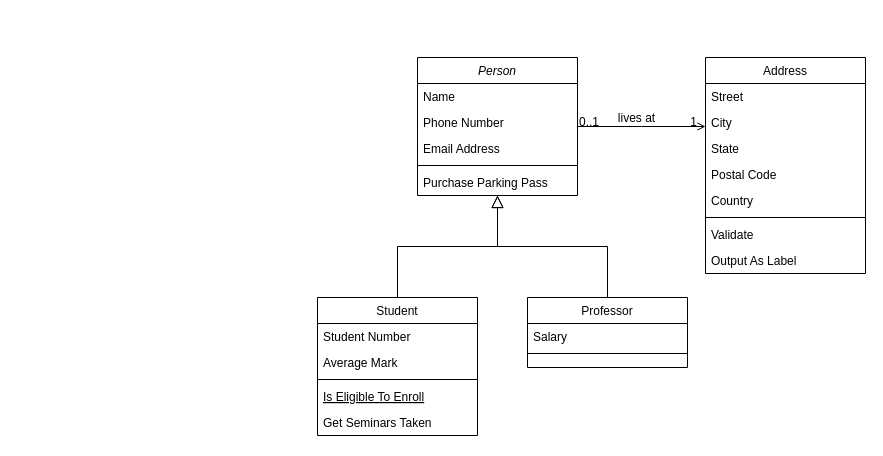
Earlier version of the draw.io diagram Untitled Diagram.drawio (rullox/homework). Source tidied: cells renumbered, new cells numbered last; positions are measured from the earlier drawing's top-left corner, leaving out a move shared by most shapes. Both pictures are drawn from the tidied source at 100%, with x=0, y=0 at pixel (317, 57).
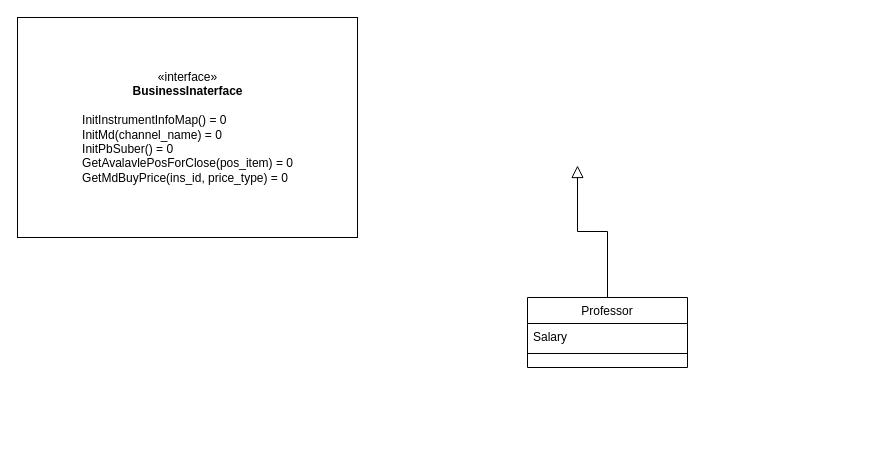
After the change.

Unchanged cells that the change refers to:
```xml
<mxCell id="15" value="Professor" style="swimlane;fontStyle=0;align=center;verticalAlign=top;horizontal=1;startSize=26;rounded=0;shadow=0;strokeWidth=1;" parent="1" vertex="1">
  <mxGeometry x="210" y="240" width="160" height="70" as="geometry" />
</mxCell>
```

Diff of the diagram source:
```diff
@@
-    <mxCell id="2" value="Person" style="swimlane;fontStyle=2;align=center;verticalAlign=top;horizontal=1;startSize=26;rounded=0;shadow=0;strokeWidth=1;" parent="1" vertex="1">
-      <mxGeometry x="100" width="160" height="138" as="geometry" />
-    </mxCell>
-    <mxCell id="3" value="Name" style="text;align=left;verticalAlign=top;spacingLeft=4;spacingRight=4;overflow=hidden;" parent="2" vertex="1">
-      <mxGeometry y="26" width="160" height="26" as="geometry" />
-    </mxCell>
-    <mxCell id="4" value="Phone Number" style="text;align=left;verticalAlign=top;spacingLeft=4;spacingRight=4;overflow=hidden;rounded=0;shadow=0;html=0;" parent="2" vertex="1">
-      <mxGeometry y="52" width="160" height="26" as="geometry" />
-    </mxCell>
-    <mxCell id="5" value="Email Address" style="text;align=left;verticalAlign=top;spacingLeft=4;spacingRight=4;overflow=hidden;rounded=0;shadow=0;html=0;" parent="2" vertex="1">
-      <mxGeometry y="78" width="160" height="26" as="geometry" />
-    </mxCell>
-    <mxCell id="6" style="line;html=1;strokeWidth=1;align=left;verticalAlign=middle;spacingTop=-1;spacingLeft=3;spacingRight=3;labelPosition=right;" parent="2" vertex="1">
-      <mxGeometry y="104" width="160" height="8" as="geometry" />
-    </mxCell>
-    <mxCell id="7" value="Purchase Parking Pass" style="text;align=left;verticalAlign=top;spacingLeft=4;spacingRight=4;overflow=hidden;" parent="2" vertex="1">
-      <mxGeometry y="112" width="160" height="26" as="geometry" />
-    </mxCell>
-    <mxCell id="8" value="Student" style="swimlane;fontStyle=0;align=center;verticalAlign=top;horizontal=1;startSize=26;rounded=0;shadow=0;strokeWidth=1;" parent="1" vertex="1">
-      <mxGeometry y="240" width="160" height="138" as="geometry" />
-    </mxCell>
-    <mxCell id="9" value="Student Number" style="text;align=left;verticalAlign=top;spacingLeft=4;spacingRight=4;overflow=hidden;" parent="8" vertex="1">
-      <mxGeometry y="26" width="160" height="26" as="geometry" />
-    </mxCell>
-    <mxCell id="10" value="Average Mark" style="text;align=left;verticalAlign=top;spacingLeft=4;spacingRight=4;overflow=hidden;rounded=0;shadow=0;html=0;" parent="8" vertex="1">
-      <mxGeometry y="52" width="160" height="26" as="geometry" />
-    </mxCell>
-    <mxCell id="11" style="line;html=1;strokeWidth=1;align=left;verticalAlign=middle;spacingTop=-1;spacingLeft=3;spacingRight=3;labelPosition=right;" parent="8" vertex="1">
-      <mxGeometry y="78" width="160" height="8" as="geometry" />
-    </mxCell>
-    <mxCell id="12" value="Is Eligible To Enroll" style="text;align=left;verticalAlign=top;spacingLeft=4;spacingRight=4;overflow=hidden;fontStyle=4;" parent="8" vertex="1">
-      <mxGeometry y="86" width="160" height="26" as="geometry" />
-    </mxCell>
-    <mxCell id="13" value="Get Seminars Taken" style="text;align=left;verticalAlign=top;spacingLeft=4;spacingRight=4;overflow=hidden;" parent="8" vertex="1">
-      <mxGeometry y="112" width="160" height="26" as="geometry" />
-    </mxCell>
-    <mxCell id="14" style="endArrow=block;endSize=10;endFill=0;shadow=0;strokeWidth=1;rounded=0;edgeStyle=elbowEdgeStyle;elbow=vertical;" parent="1" edge="1" source="8" target="2">
-      <mxGeometry relative="1" as="geometry" />
-    </mxCell>
@@
-    <mxCell id="18" style="endArrow=block;endSize=10;endFill=0;shadow=0;strokeWidth=1;rounded=0;edgeStyle=elbowEdgeStyle;elbow=vertical;" parent="1" edge="1" source="15" target="2">
-      <mxGeometry relative="1" as="geometry" />
+    <mxCell id="18" style="endArrow=block;endSize=10;endFill=0;shadow=0;strokeWidth=1;rounded=0;edgeStyle=elbowEdgeStyle;elbow=vertical;" parent="1" edge="1" source="15">
+      <mxGeometry relative="1" as="geometry">
+        <mxPoint x="260" y="108" as="targetPoint" />
+      </mxGeometry>
     </mxCell>
-    <mxCell id="19" value="Address" style="swimlane;fontStyle=0;align=center;verticalAlign=top;horizontal=1;startSize=26;rounded=0;shadow=0;strokeWidth=1;" parent="1" vertex="1">
-      <mxGeometry x="388" width="160" height="216" as="geometry" />
-    </mxCell>
-    <mxCell id="20" value="Street" style="text;align=left;verticalAlign=top;spacingLeft=4;spacingRight=4;overflow=hidden;" parent="19" vertex="1">
-      <mxGeometry y="26" width="160" height="26" as="geometry" />
-    </mxCell>
-    <mxCell id="21" value="City" style="text;align=left;verticalAlign=top;spacingLeft=4;spacingRight=4;overflow=hidden;rounded=0;shadow=0;html=0;" parent="19" vertex="1">
-      <mxGeometry y="52" width="160" height="26" as="geometry" />
-    </mxCell>
-    <mxCell id="22" value="State" style="text;align=left;verticalAlign=top;spacingLeft=4;spacingRight=4;overflow=hidden;rounded=0;shadow=0;html=0;" parent="19" vertex="1">
-      <mxGeometry y="78" width="160" height="26" as="geometry" />
-    </mxCell>
-    <mxCell id="23" value="Postal Code" style="text;align=left;verticalAlign=top;spacingLeft=4;spacingRight=4;overflow=hidden;rounded=0;shadow=0;html=0;" parent="19" vertex="1">
-      <mxGeometry y="104" width="160" height="26" as="geometry" />
-    </mxCell>
-    <mxCell id="24" value="Country" style="text;align=left;verticalAlign=top;spacingLeft=4;spacingRight=4;overflow=hidden;rounded=0;shadow=0;html=0;" parent="19" vertex="1">
-      <mxGeometry y="130" width="160" height="26" as="geometry" />
-    </mxCell>
-    <mxCell id="25" style="line;html=1;strokeWidth=1;align=left;verticalAlign=middle;spacingTop=-1;spacingLeft=3;spacingRight=3;labelPosition=right;" parent="19" vertex="1">
-      <mxGeometry y="156" width="160" height="8" as="geometry" />
-    </mxCell>
-    <mxCell id="26" value="Validate" style="text;align=left;verticalAlign=top;spacingLeft=4;spacingRight=4;overflow=hidden;" parent="19" vertex="1">
-      <mxGeometry y="164" width="160" height="26" as="geometry" />
-    </mxCell>
-    <mxCell id="27" value="Output As Label" style="text;align=left;verticalAlign=top;spacingLeft=4;spacingRight=4;overflow=hidden;" parent="19" vertex="1">
-      <mxGeometry y="190" width="160" height="26" as="geometry" />
-    </mxCell>
-    <mxCell id="28" style="endArrow=open;shadow=0;strokeWidth=1;rounded=0;endFill=1;edgeStyle=elbowEdgeStyle;elbow=vertical;" parent="1" edge="1" source="2" target="19">
-      <mxGeometry x="0.5" y="41" relative="1" as="geometry">
-        <mxPoint x="-40" y="32" as="offset" />
-      </mxGeometry>
-    </mxCell>
-    <mxCell id="29" value="0..1" style="align=left;verticalAlign=bottom;labelBackgroundColor=none;fontSize=12;" parent="28" vertex="1">
-      <mxGeometry x="-1" relative="1" as="geometry">
-        <mxPoint y="4" as="offset" />
-      </mxGeometry>
-    </mxCell>
-    <mxCell id="30" value="1" style="align=right;verticalAlign=bottom;labelBackgroundColor=none;fontSize=12;" parent="28" vertex="1">
-      <mxGeometry x="1" relative="1" as="geometry">
-        <mxPoint x="-7" y="4" as="offset" />
-      </mxGeometry>
-    </mxCell>
-    <mxCell id="31" value="lives at" style="text;html=1;align=center;verticalAlign=middle;labelBackgroundColor=none;rounded=0;shadow=0;strokeWidth=1;fontSize=12;" parent="28" vertex="1">
-      <mxGeometry x="0.5" y="49" relative="1" as="geometry">
-        <mxPoint x="-38" y="40" as="offset" />
-      </mxGeometry>
-    </mxCell>
+    <mxCell id="32" value="«interface»&lt;br&gt;&lt;b&gt;BusinessInaterface&lt;br&gt;&lt;/b&gt;&lt;br&gt;&lt;div style=&quot;text-align: left;&quot;&gt;&lt;span style=&quot;background-color: initial;&quot;&gt;InitInstrumentInfoMap() = 0&lt;/span&gt;&lt;/div&gt;&lt;div style=&quot;text-align: left;&quot;&gt;&lt;span style=&quot;background-color: initial;&quot;&gt;InitMd(channel_name) = 0&lt;/span&gt;&lt;/div&gt;&lt;div style=&quot;text-align: left;&quot;&gt;&lt;span style=&quot;background-color: initial;&quot;&gt;InitPbSuber() = 0&lt;/span&gt;&lt;/div&gt;&lt;div style=&quot;text-align: left;&quot;&gt;&lt;span style=&quot;background-color: initial;&quot;&gt;GetAvalavlePosForClose(pos_item) = 0&lt;/span&gt;&lt;/div&gt;&lt;div style=&quot;text-align: left;&quot;&gt;&lt;span style=&quot;background-color: initial;&quot;&gt;GetMdBuyPrice(ins_id, price_type) = 0&lt;/span&gt;&lt;/div&gt;" style="html=1;" parent="1" vertex="1">
+      <mxGeometry x="-300" y="-40" width="340" height="220" as="geometry" />
+    </mxCell>
```
